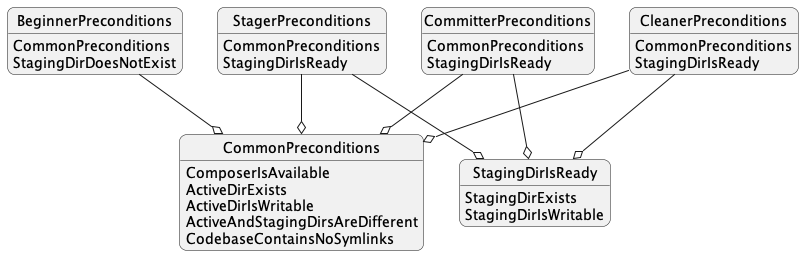
This is src/Domain/Service/Precondition/resources/hierarchy.png from php-tuf/composer-stager, a PlantUML export, as it was before one commit. The source it was exported from:
```plantuml
@startuml


!include settings.puml

hide circle

skinparam RoundCorner 15
skinparam LineType polyline

class BeginnerPreconditions {
    CommonPreconditions
    StagingDirDoesNotExist
}
BeginnerPreconditions --o CommonPreconditions

class StagerPreconditions {
    CommonPreconditions
    StagingDirIsReady
}
StagerPreconditions --o CommonPreconditions
StagerPreconditions --o StagingDirIsReady

class CommitterPreconditions {
    CommonPreconditions
    StagingDirIsReady
}
CommitterPreconditions --o CommonPreconditions
CommitterPreconditions --o StagingDirIsReady

class CleanerPreconditions {
    CommonPreconditions
    StagingDirIsReady
}
CleanerPreconditions --o CommonPreconditions
CleanerPreconditions --o StagingDirIsReady

class CommonPreconditions {
    ComposerIsAvailable
    ActiveDirExists
    ActiveDirIsWritable
    ActiveAndStagingDirsAreDifferent
    CodebaseContainsNoSymlinks
}

class StagingDirIsReady {
    StagingDirExists
    StagingDirIsWritable
}

@enduml
```
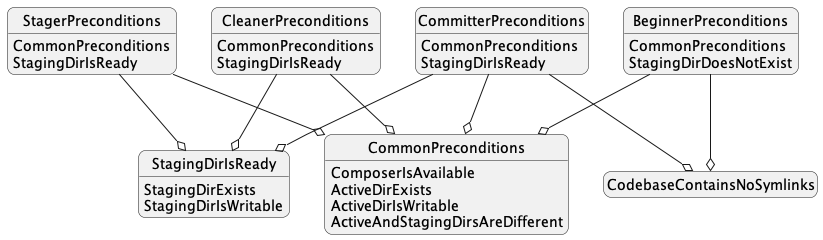
Above is the later version.

Commit message:
Limit CodeBaseContainsNoSymlinks precondition to BeginnerPreconditions and CommitterPreconditions.

Diff of the diagram source:
```diff
@@ -13,6 +13,7 @@
     StagingDirDoesNotExist
 }
 BeginnerPreconditions --o CommonPreconditions
+BeginnerPreconditions --o CodebaseContainsNoSymlinks
 
 class StagerPreconditions {
     CommonPreconditions
@@ -27,6 +28,7 @@
 }
 CommitterPreconditions --o CommonPreconditions
 CommitterPreconditions --o StagingDirIsReady
+CommitterPreconditions --o CodebaseContainsNoSymlinks
 
 class CleanerPreconditions {
     CommonPreconditions
@@ -40,7 +42,6 @@
     ActiveDirExists
     ActiveDirIsWritable
     ActiveAndStagingDirsAreDifferent
-    CodebaseContainsNoSymlinks
 }
 
 class StagingDirIsReady {
@@ -48,4 +49,6 @@
     StagingDirIsWritable
 }
 
+class CodebaseContainsNoSymlinks
+
 @enduml
```
